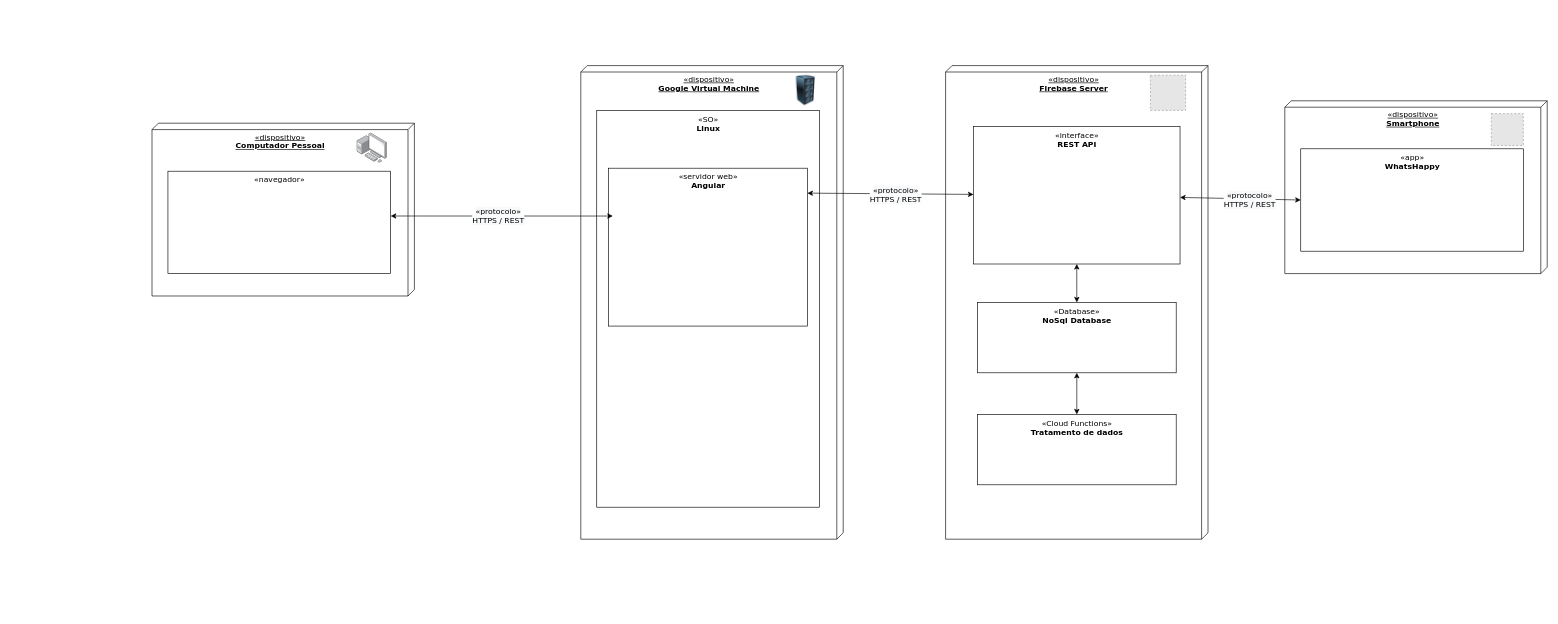
This is Modelagem Arquitetura/Modelo de Implantação.drawio from BrunoLunardi/SIN412-DESENVOLVIMENTO-APP, a draw.io file, before an edit. Source tidied: cells renumbered, new cells numbered last; positions are measured from the earlier drawing's top-left corner, leaving out a move shared by most shapes. Both pictures are drawn from the tidied source at 64%, with x=0, y=0 at pixel (11, 65). Pictures stored in the file or linked from it are replaced by grey dashed boxes.
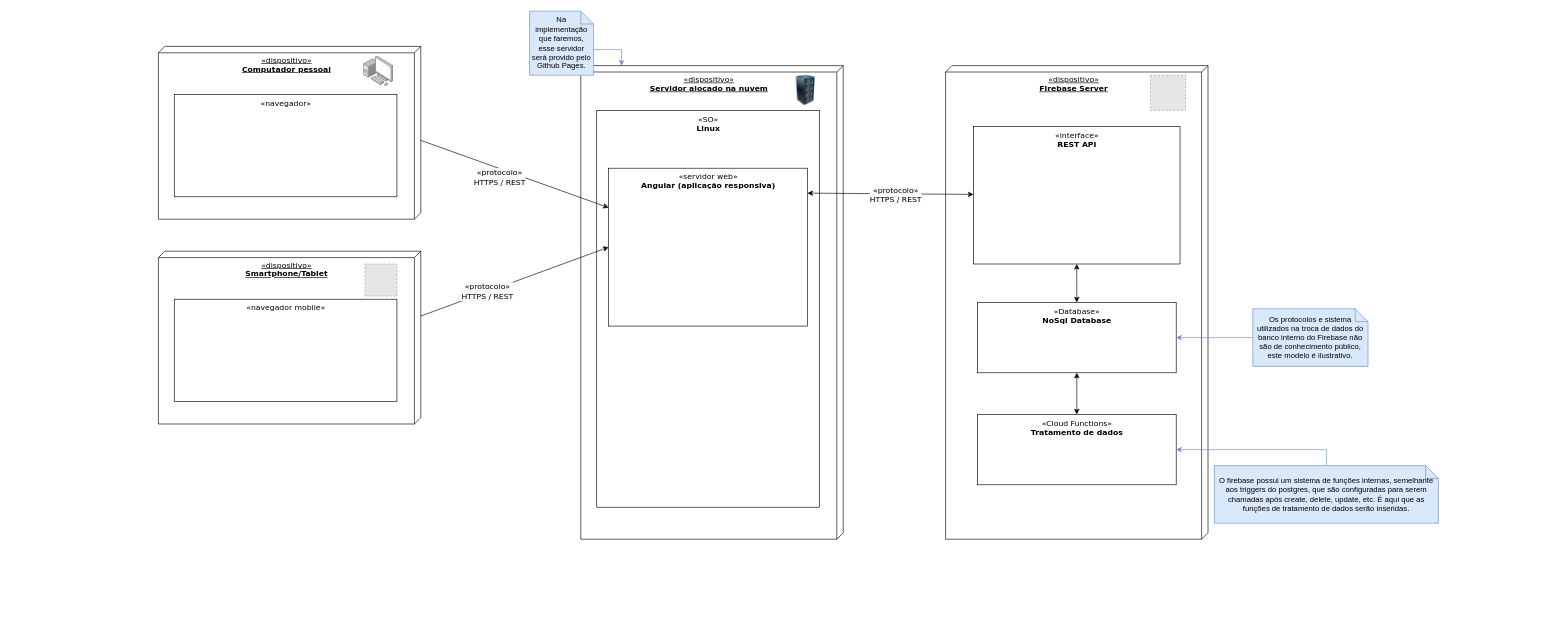
After the change.

Commit message (it also covers changes not shown here):
Update no modelo de arquitetura

The change refers to these unchanged cells:
```xml
<mxCell id="4" style="group;" parent="3" vertex="1">
  <mxGeometry width="410" height="740" as="geometry" />
</mxCell>
<mxCell id="27" value="«interface»&lt;br&gt;&lt;b&gt;REST API&lt;/b&gt;" style="html=1;rounded=0;shadow=0;comic=0;labelBackgroundColor=none;strokeWidth=1;fontFamily=Verdana;fontSize=12;align=center;verticalAlign=top;" parent="24" vertex="1">
  <mxGeometry x="43.6" y="95" width="322.7" height="215" as="geometry" />
</mxCell>
<mxCell id="29" value="«Database»&lt;br&gt;&lt;b&gt;NoSql Database&lt;/b&gt;" style="html=1;rounded=0;shadow=0;comic=0;labelBackgroundColor=none;strokeWidth=1;fontFamily=Verdana;fontSize=12;align=center;verticalAlign=top;" parent="24" vertex="1">
  <mxGeometry x="49.7" y="370" width="310.6" height="110" as="geometry" />
</mxCell>
<mxCell id="31" value="«Cloud Functions»&lt;br&gt;&lt;b&gt;Tratamento de dados&lt;/b&gt;" style="html=1;rounded=0;shadow=0;comic=0;labelBackgroundColor=none;strokeWidth=1;fontFamily=Verdana;fontSize=12;align=center;verticalAlign=top;" parent="24" vertex="1">
  <mxGeometry x="49.7" y="545" width="310.6" height="110" as="geometry" />
</mxCell>
```

Diff of the diagram source:
```diff
@@
-    <mxCell id="5" value="«dispositivo»&lt;br&gt;&lt;b&gt;Google Virtual Machine&lt;/b&gt;" style="verticalAlign=top;align=center;spacingTop=8;spacingLeft=2;spacingRight=12;shape=cube;size=10;direction=south;fontStyle=4;html=1;rounded=0;shadow=0;comic=0;labelBackgroundColor=none;strokeWidth=1;fontFamily=Verdana;fontSize=12;" parent="4" vertex="1">
+    <mxCell id="5" value="«dispositivo»&lt;br&gt;&lt;font color=&quot;#000000&quot;&gt;&lt;b&gt;Servidor alocado na nuvem&lt;/b&gt;&lt;/font&gt;&lt;b&gt;&lt;br&gt;&lt;/b&gt;" style="verticalAlign=top;align=center;spacingTop=8;spacingLeft=2;spacingRight=12;shape=cube;size=10;direction=south;fontStyle=4;html=1;rounded=0;shadow=0;comic=0;labelBackgroundColor=none;strokeWidth=1;fontFamily=Verdana;fontSize=12;" parent="4" vertex="1">
       <mxGeometry width="410" height="740" as="geometry" />
     </mxCell>
@@
-    <mxCell id="7" value="«servidor web»&lt;br&gt;&lt;b&gt;Angular&lt;/b&gt;" style="html=1;rounded=0;shadow=0;comic=0;labelBackgroundColor=none;strokeWidth=1;fontFamily=Verdana;fontSize=12;align=center;verticalAlign=top;" parent="4" vertex="1">
+    <mxCell id="7" value="«servidor web»&lt;br&gt;&lt;b&gt;Angular (aplicação responsiva)&lt;/b&gt;" style="html=1;rounded=0;shadow=0;comic=0;labelBackgroundColor=none;strokeWidth=1;fontFamily=Verdana;fontSize=12;align=center;verticalAlign=top;" parent="4" vertex="1">
       <mxGeometry x="43.5" y="160.3" width="310.6" height="246.7" as="geometry" />
     </mxCell>
@@
-    <mxCell id="9" style="group;" parent="1" vertex="1">
-      <mxGeometry y="115" width="2400" height="740" as="geometry" />
-    </mxCell>
-    <mxCell id="10" style="group;" parent="9" vertex="1">
-      <mxGeometry x="220" y="-25" width="410" height="445" as="geometry" />
-    </mxCell>
-    <mxCell id="11" style="group;" parent="10" vertex="1">
-      <mxGeometry width="410" height="445" as="geometry" />
-    </mxCell>
-    <mxCell id="12" value="«dispositivo»&lt;br&gt;&lt;b&gt;Computador Pessoal&lt;/b&gt;" style="verticalAlign=top;align=center;spacingTop=8;spacingLeft=2;spacingRight=12;shape=cube;size=10;direction=south;fontStyle=4;html=1;rounded=0;shadow=0;comic=0;labelBackgroundColor=none;strokeWidth=1;fontFamily=Verdana;fontSize=12;" parent="11" vertex="1">
-      <mxGeometry width="410" height="270" as="geometry" />
-    </mxCell>
-    <mxCell id="13" value="«navegador»" style="html=1;rounded=0;shadow=0;comic=0;labelBackgroundColor=none;strokeWidth=1;fontFamily=Verdana;fontSize=12;align=center;verticalAlign=top;" parent="11" vertex="1">
-      <mxGeometry x="24.9" y="75" width="347.9" height="160" as="geometry" />
-    </mxCell>
-    <mxCell id="14" style="html=1;align=center;shadow=0;dashed=0;image;image=img/lib/allied_telesis/computer_and_terminals/Personal_Computer_with_Server.svg;" parent="11" vertex="1">
-      <mxGeometry x="320" y="15" width="47.4" height="47.4" as="geometry" />
-    </mxCell>
-    <mxCell id="15" style="group;" parent="9" vertex="1">
-      <mxGeometry x="230" y="-15" width="2170" height="445" as="geometry" />
-    </mxCell>
-    <mxCell id="16" style="group;" parent="15" vertex="1">
-      <mxGeometry x="1760" y="-45" width="410" height="490" as="geometry" />
-    </mxCell>
-    <mxCell id="17" value="«dispositivo»&lt;br&gt;&lt;b&gt;Smartphone&lt;/b&gt;" style="verticalAlign=top;align=center;spacingTop=8;spacingLeft=2;spacingRight=12;shape=cube;size=10;direction=south;fontStyle=4;html=1;rounded=0;shadow=0;comic=0;labelBackgroundColor=none;strokeWidth=1;fontFamily=Verdana;fontSize=12;" parent="16" vertex="1">
-      <mxGeometry width="410" height="270" as="geometry" />
-    </mxCell>
-    <mxCell id="18" value="«app»&lt;br&gt;&lt;b&gt;WhatsHappy&lt;/b&gt;" style="html=1;rounded=0;shadow=0;comic=0;labelBackgroundColor=none;strokeWidth=1;fontFamily=Verdana;fontSize=12;align=center;verticalAlign=top;" parent="16" vertex="1">
-      <mxGeometry x="24.9" y="75" width="347.9" height="160" as="geometry" />
-    </mxCell>
-    <mxCell id="19" style="fillColor=#E6E6E6;strokeColor=#999999;dashed=1;html=1;verticalAlign=top;verticalLabelPosition=bottom;labelBackgroundColor=#ffffff;" parent="16" vertex="1">
-      <mxGeometry x="322.7" y="20" width="50" height="50" as="geometry" />
-    </mxCell>
-    <mxCell id="20" style="rounded=0;jettySize=auto;html=1;entryX=0.021;entryY=0.303;entryDx=0;entryDy=0;entryPerimeter=0;startArrow=classic;startFill=1;" parent="1" edge="1" target="7">
-      <mxGeometry relative="1" as="geometry">
-        <mxPoint x="593" y="235" as="sourcePoint" />
-      </mxGeometry>
+    <mxCell id="20" style="rounded=0;jettySize=auto;html=1;startArrow=classic;startFill=1;entryX=0;entryY=0.25;entryDx=0;entryDy=0;exitX=1.006;exitY=0.37;exitDx=0;exitDy=0;exitPerimeter=0;" parent="1" edge="1" source="13" target="7">
+      <mxGeometry relative="1" as="geometry" />
     </mxCell>
@@
-    <mxCell id="34" style="edgeStyle=none;rounded=0;jettySize=auto;html=1;exitX=0;exitY=0.5;exitDx=0;exitDy=0;startArrow=classic;startFill=1;" parent="1" edge="1" source="18" target="27">
+    <mxCell id="34" style="edgeStyle=none;rounded=0;jettySize=auto;html=1;exitX=1;exitY=0.25;exitDx=0;exitDy=0;startArrow=classic;startFill=1;entryX=0;entryY=0.5;entryDx=0;entryDy=0;" parent="1" edge="1" source="18" target="7">
       <mxGeometry relative="1" as="geometry" />
     </mxCell>
@@
+    <mxCell id="36" style="edgeStyle=orthogonalEdgeStyle;rounded=0;jettySize=auto;html=1;exitX=0;exitY=0;exitDx=100;exitDy=60;exitPerimeter=0;entryX=0;entryY=0.845;entryDx=0;entryDy=0;entryPerimeter=0;fillColor=#dae8fc;strokeColor=#6c8ebf;" parent="1" edge="1" source="37" target="5">
+      <mxGeometry relative="1" as="geometry" />
+    </mxCell>
+    <mxCell id="37" value="Na implementação que faremos, esse servidor será provido pelo Github Pages." style="shape=note;size=20;whiteSpace=wrap;html=1;fillColor=#dae8fc;strokeColor=#6c8ebf;" parent="1" vertex="1">
+      <mxGeometry x="810" y="-85" width="100" height="100" as="geometry" />
+    </mxCell>
+    <mxCell id="38" style="edgeStyle=orthogonalEdgeStyle;rounded=0;jettySize=auto;html=1;exitX=0;exitY=0.5;exitDx=0;exitDy=0;exitPerimeter=0;entryX=1;entryY=0.5;entryDx=0;entryDy=0;fillColor=#dae8fc;strokeColor=#6c8ebf;" parent="1" edge="1" source="40" target="29">
+      <mxGeometry relative="1" as="geometry" />
+    </mxCell>
+    <mxCell id="39" style="edgeStyle=orthogonalEdgeStyle;rounded=0;jettySize=auto;html=1;exitX=0.5;exitY=0;exitDx=0;exitDy=0;exitPerimeter=0;entryX=1;entryY=0.5;entryDx=0;entryDy=0;fillColor=#dae8fc;strokeColor=#6c8ebf;" parent="1" edge="1" source="41" target="31">
+      <mxGeometry relative="1" as="geometry" />
+    </mxCell>
+    <mxCell id="12" value="«dispositivo»&lt;br&gt;&lt;b&gt;Computador pessoal&lt;/b&gt;" style="verticalAlign=top;align=center;spacingTop=8;spacingLeft=2;spacingRight=12;shape=cube;size=10;direction=south;fontStyle=4;html=1;rounded=0;shadow=0;comic=0;labelBackgroundColor=none;strokeWidth=1;fontFamily=Verdana;fontSize=12;" parent="1" vertex="1">
+      <mxGeometry x="230" y="-30" width="410" height="270" as="geometry" />
+    </mxCell>
+    <mxCell id="13" value="«navegador»" style="html=1;rounded=0;shadow=0;comic=0;labelBackgroundColor=none;strokeWidth=1;fontFamily=Verdana;fontSize=12;align=center;verticalAlign=top;" parent="1" vertex="1">
+      <mxGeometry x="254.8" y="45" width="347.9" height="160" as="geometry" />
+    </mxCell>
+    <mxCell id="14" style="html=1;align=center;shadow=0;dashed=0;image;image=img/lib/allied_telesis/computer_and_terminals/Personal_Computer_with_Server.svg;" parent="1" vertex="1">
+      <mxGeometry x="550" y="-15" width="47.4" height="47.4" as="geometry" />
+    </mxCell>
+    <mxCell id="40" value="Os protocolos e sistema utilizados na troca de dados do banco interno do Firebase não são de conhecimento público, este modelo é ilustrativo." style="shape=note;size=20;whiteSpace=wrap;html=1;fillColor=#dae8fc;strokeColor=#6c8ebf;" parent="1" vertex="1">
+      <mxGeometry x="1940" y="380" width="180" height="90" as="geometry" />
+    </mxCell>
+    <mxCell id="41" value="O firebase possui um sistema de funções internas, semelhante aos triggers do postgres, que são configuradas para serem chamadas após create, delete, update, etc. É aqui que as funções de tratamento de dados serão inseridas." style="shape=note;size=20;whiteSpace=wrap;html=1;fillColor=#dae8fc;strokeColor=#6c8ebf;" parent="1" vertex="1">
+      <mxGeometry x="1880" y="625" width="350" height="90" as="geometry" />
+    </mxCell>
+    <mxCell id="17" value="«dispositivo»&lt;br&gt;&lt;b&gt;Smartphone/Tablet&lt;/b&gt;" style="verticalAlign=top;align=center;spacingTop=8;spacingLeft=2;spacingRight=12;shape=cube;size=10;direction=south;fontStyle=4;html=1;rounded=0;shadow=0;comic=0;labelBackgroundColor=none;strokeWidth=1;fontFamily=Verdana;fontSize=12;" parent="1" vertex="1">
+      <mxGeometry x="230" y="290" width="410" height="270" as="geometry" />
+    </mxCell>
+    <mxCell id="18" value="«navegador mobile»" style="html=1;rounded=0;shadow=0;comic=0;labelBackgroundColor=none;strokeWidth=1;fontFamily=Verdana;fontSize=12;align=center;verticalAlign=top;" parent="1" vertex="1">
+      <mxGeometry x="254.8" y="365" width="347.9" height="160" as="geometry" />
+    </mxCell>
+    <mxCell id="19" style="fillColor=#E6E6E6;strokeColor=#999999;dashed=1;html=1;verticalAlign=top;verticalLabelPosition=bottom;labelBackgroundColor=#ffffff;" parent="1" vertex="1">
+      <mxGeometry x="552.7" y="310" width="50" height="50" as="geometry" />
+    </mxCell>
```
